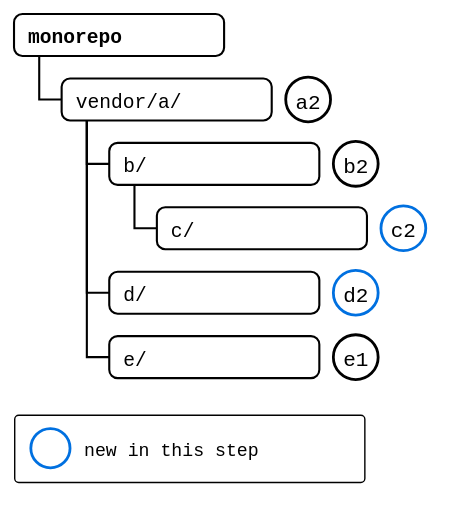
Earlier version of the draw.io export docs/09-scenarios/05-nested-splices/05-recursive-pull/tree-pulled.drawio.svg (roschaefer/git-splice). Source tidied: cells renumbered, new cells last; positions are measured from the earlier drawing's top-left corner, leaving out a move shared by most shapes.
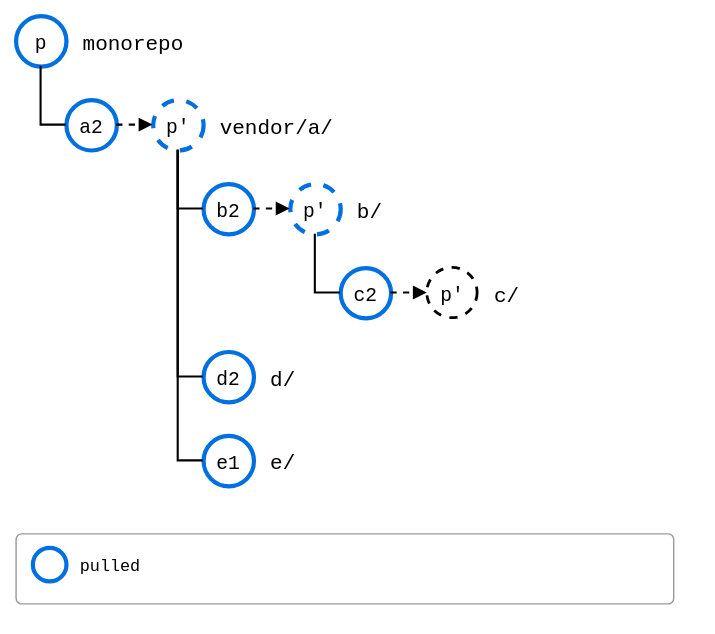
After the change.

What changed in the source:
```diff
@@ -2,62 +2,83 @@
   <root>
     <mxCell id="0" />
     <mxCell id="1" parent="0" />
+    <mxCell id="21" value="p" style="ellipse;strokeWidth=2;fontSize=14;fontFamily=Roboto Mono,monospace;strokeColor=#0070E0;strokeWidth=3;" parent="1" vertex="1">
+      <mxGeometry width="36" height="36" as="geometry" />
+    </mxCell>
-    <mxCell id="2" value="monorepo" style="rounded=1;arcSize=20;strokeWidth=1.5;fontSize=14;align=left;spacingLeft=8;fontFamily=Roboto Mono,monospace;fontStyle=1;" parent="1" vertex="1">
-      <mxGeometry width="150" height="30" as="geometry" />
+    <mxCell id="2" value="monorepo" style="text;align=left;verticalAlign=middle;fontSize=15;fontFamily=Roboto Mono,monospace;tree=1;" parent="1" vertex="1">
+      <mxGeometry x="46" width="192" height="36" as="geometry" />
     </mxCell>
+    <mxCell id="22" value="a2" style="ellipse;strokeWidth=2;fontSize=14;fontFamily=Roboto Mono,monospace;strokeColor=#0070E0;strokeWidth=3;" parent="1" vertex="1">
+      <mxGeometry x="36" y="60" width="36" height="36" as="geometry" />
+    </mxCell>
+    <mxCell id="23" style="endArrow=none;strokeWidth=1.5;edgeStyle=orthogonalEdgeStyle;rounded=0;exitX=0.5;exitY=1;exitDx=0;exitDy=0;entryX=0;entryY=0.5;entryDx=0;entryDy=0;" parent="1" edge="1" source="21" target="22">
+      <mxGeometry relative="1" as="geometry" />
+    </mxCell>
+    <mxCell id="24" value="p'" style="ellipse;strokeWidth=2;fontSize=14;fontFamily=Roboto Mono,monospace;dashed=1;strokeColor=#0070E0;strokeWidth=3;" parent="1" vertex="1">
+      <mxGeometry x="98" y="60" width="36" height="36" as="geometry" />
+    </mxCell>
+    <mxCell id="25" style="endArrow=block;endFill=1;strokeWidth=1.5;dashed=1;" parent="1" edge="1" source="22" target="24">
+      <mxGeometry relative="1" as="geometry" />
+    </mxCell>
-    <mxCell id="3" value="vendor/a/" style="rounded=1;arcSize=20;strokeWidth=1.5;fontSize=14;align=left;spacingLeft=8;fontFamily=Roboto Mono,monospace;" parent="1" vertex="1">
-      <mxGeometry x="34" y="46" width="150" height="30" as="geometry" />
+    <mxCell id="3" value="vendor/a/" style="text;align=left;verticalAlign=middle;fontSize=15;fontFamily=Roboto Mono,monospace;" parent="1" vertex="1">
+      <mxGeometry x="144" y="60" width="201" height="36" as="geometry" />
     </mxCell>
-    <mxCell id="4" style="edgeStyle=orthogonalEdgeStyle;rounded=0;endArrow=none;html=1;strokeWidth=1.5;exitX=0.12;exitY=1;exitDx=0;exitDy=0;entryX=0;entryY=0.5;entryDx=0;entryDy=0;" parent="1" edge="1" source="2" target="3">
-      <mxGeometry relative="1" as="geometry" />
-    </mxCell>
+    <mxCell id="8" value="b2" style="ellipse;strokeWidth=2;fontSize=14;fontFamily=Roboto Mono,monospace;strokeColor=#0070E0;strokeWidth=3;" parent="1" vertex="1">
+      <mxGeometry x="134" y="120" width="36" height="36" as="geometry" />
+    </mxCell>
+    <mxCell id="26" style="endArrow=none;strokeWidth=1.5;edgeStyle=orthogonalEdgeStyle;rounded=0;exitX=0.5;exitY=1;exitDx=0;exitDy=0;entryX=0;entryY=0.5;entryDx=0;entryDy=0;" parent="1" edge="1" source="24" target="8">
+      <mxGeometry relative="1" as="geometry" />
+    </mxCell>
+    <mxCell id="27" value="p'" style="ellipse;strokeWidth=2;fontSize=14;fontFamily=Roboto Mono,monospace;dashed=1;strokeColor=#0070E0;strokeWidth=3;" parent="1" vertex="1">
+      <mxGeometry x="196" y="120" width="36" height="36" as="geometry" />
+    </mxCell>
+    <mxCell id="28" style="endArrow=block;endFill=1;strokeWidth=1.5;dashed=1;" parent="1" edge="1" source="8" target="27">
+      <mxGeometry relative="1" as="geometry" />
+    </mxCell>
+    <mxCell id="6" value="b/" style="text;align=left;verticalAlign=middle;fontSize=15;fontFamily=Roboto Mono,monospace;" parent="1" vertex="1">
+      <mxGeometry x="242" y="120" width="138" height="36" as="geometry" />
+    </mxCell>
+    <mxCell id="11" value="c2" style="ellipse;strokeWidth=2;fontSize=14;fontFamily=Roboto Mono,monospace;strokeColor=#0070E0;strokeWidth=3;" parent="1" vertex="1">
+      <mxGeometry x="232" y="180" width="36" height="36" as="geometry" />
+    </mxCell>
+    <mxCell id="29" style="endArrow=none;strokeWidth=1.5;edgeStyle=orthogonalEdgeStyle;rounded=0;exitX=0.5;exitY=1;exitDx=0;exitDy=0;entryX=0;entryY=0.5;entryDx=0;entryDy=0;" parent="1" edge="1" source="27" target="11">
+      <mxGeometry relative="1" as="geometry" />
+    </mxCell>
+    <mxCell id="30" value="p'" style="ellipse;strokeWidth=2;fontSize=14;fontFamily=Roboto Mono,monospace;dashed=1;" parent="1" vertex="1">
+      <mxGeometry x="294" y="180" width="36" height="36" as="geometry" />
+    </mxCell>
+    <mxCell id="31" style="endArrow=block;endFill=1;strokeWidth=1.5;dashed=1;" parent="1" edge="1" source="11" target="30">
+      <mxGeometry relative="1" as="geometry" />
+    </mxCell>
+    <mxCell id="9" value="c/" style="text;align=left;verticalAlign=middle;fontSize=15;fontFamily=Roboto Mono,monospace;" parent="1" vertex="1">
+      <mxGeometry x="340" y="180" width="138" height="36" as="geometry" />
+    </mxCell>
+    <mxCell id="14" value="d2" style="ellipse;strokeWidth=2;fontSize=14;fontFamily=Roboto Mono,monospace;strokeColor=#0070E0;strokeWidth=3;" parent="1" vertex="1">
+      <mxGeometry x="134" y="240" width="36" height="36" as="geometry" />
+    </mxCell>
-    <mxCell id="5" value="a2" style="ellipse;strokeWidth=2;fontSize=15;fontFamily=Roboto Mono,monospace;" parent="1" vertex="1">
-      <mxGeometry x="194" y="45" width="32" height="32" as="geometry" />
+    <mxCell id="5" style="endArrow=none;strokeWidth=1.5;edgeStyle=orthogonalEdgeStyle;rounded=0;exitX=0.5;exitY=1;exitDx=0;exitDy=0;entryX=0;entryY=0.5;entryDx=0;entryDy=0;" parent="1" edge="1" source="24" target="14">
+      <mxGeometry relative="1" as="geometry" />
     </mxCell>
-    <mxCell id="6" value="b/" style="rounded=1;arcSize=20;strokeWidth=1.5;fontSize=14;align=left;spacingLeft=8;fontFamily=Roboto Mono,monospace;" parent="1" vertex="1">
-      <mxGeometry x="68" y="92" width="150" height="30" as="geometry" />
-    </mxCell>
-    <mxCell id="7" style="edgeStyle=orthogonalEdgeStyle;rounded=0;endArrow=none;html=1;strokeWidth=1.5;exitX=0.12;exitY=1;exitDx=0;exitDy=0;entryX=0;entryY=0.5;entryDx=0;entryDy=0;" parent="1" edge="1" source="3" target="6">
-      <mxGeometry relative="1" as="geometry" />
-    </mxCell>
-    <mxCell id="8" value="b2" style="ellipse;strokeWidth=2;fontSize=15;fontFamily=Roboto Mono,monospace;" parent="1" vertex="1">
-      <mxGeometry x="228" y="91" width="32" height="32" as="geometry" />
-    </mxCell>
-    <mxCell id="9" value="c/" style="rounded=1;arcSize=20;strokeWidth=1.5;fontSize=14;align=left;spacingLeft=8;fontFamily=Roboto Mono,monospace;" parent="1" vertex="1">
-      <mxGeometry x="102" y="138" width="150" height="30" as="geometry" />
-    </mxCell>
-    <mxCell id="10" style="edgeStyle=orthogonalEdgeStyle;rounded=0;endArrow=none;html=1;strokeWidth=1.5;exitX=0.12;exitY=1;exitDx=0;exitDy=0;entryX=0;entryY=0.5;entryDx=0;entryDy=0;" parent="1" edge="1" source="6" target="9">
-      <mxGeometry relative="1" as="geometry" />
-    </mxCell>
-    <mxCell id="11" value="c2" style="ellipse;strokeWidth=2;fontSize=15;fontFamily=Roboto Mono,monospace;strokeColor=#0070E0;" parent="1" vertex="1">
-      <mxGeometry x="262" y="137" width="32" height="32" as="geometry" />
-    </mxCell>
-    <mxCell id="12" value="d/" style="rounded=1;arcSize=20;strokeWidth=1.5;fontSize=14;align=left;spacingLeft=8;fontFamily=Roboto Mono,monospace;" parent="1" vertex="1">
-      <mxGeometry x="68" y="184" width="150" height="30" as="geometry" />
+    <mxCell id="12" value="d/" style="text;align=left;verticalAlign=middle;fontSize=15;fontFamily=Roboto Mono,monospace;" parent="1" vertex="1">
+      <mxGeometry x="180" y="240" width="138" height="36" as="geometry" />
     </mxCell>
-    <mxCell id="13" style="edgeStyle=orthogonalEdgeStyle;rounded=0;endArrow=none;html=1;strokeWidth=1.5;exitX=0.12;exitY=1;exitDx=0;exitDy=0;entryX=0;entryY=0.5;entryDx=0;entryDy=0;" parent="1" edge="1" source="3" target="12">
-      <mxGeometry relative="1" as="geometry" />
-    </mxCell>
-    <mxCell id="14" value="d2" style="ellipse;strokeWidth=2;fontSize=15;fontFamily=Roboto Mono,monospace;strokeColor=#0070E0;" parent="1" vertex="1">
-      <mxGeometry x="228" y="183" width="32" height="32" as="geometry" />
-    </mxCell>
+    <mxCell id="17" value="e1" style="ellipse;strokeWidth=2;fontSize=14;fontFamily=Roboto Mono,monospace;strokeColor=#0070E0;strokeWidth=3;" parent="1" vertex="1">
+      <mxGeometry x="134" y="300" width="36" height="36" as="geometry" />
+    </mxCell>
+    <mxCell id="32" style="endArrow=none;strokeWidth=1.5;edgeStyle=orthogonalEdgeStyle;rounded=0;exitX=0.5;exitY=1;exitDx=0;exitDy=0;entryX=0;entryY=0.5;entryDx=0;entryDy=0;" parent="1" edge="1" source="24" target="17">
+      <mxGeometry relative="1" as="geometry" />
+    </mxCell>
-    <mxCell id="15" value="e/" style="rounded=1;arcSize=20;strokeWidth=1.5;fontSize=14;align=left;spacingLeft=8;fontFamily=Roboto Mono,monospace;" parent="1" vertex="1">
-      <mxGeometry x="68" y="230" width="150" height="30" as="geometry" />
+    <mxCell id="15" value="e/" style="text;align=left;verticalAlign=middle;fontSize=15;fontFamily=Roboto Mono,monospace;" parent="1" vertex="1">
+      <mxGeometry x="180" y="300" width="138" height="36" as="geometry" />
     </mxCell>
-    <mxCell id="16" style="edgeStyle=orthogonalEdgeStyle;rounded=0;endArrow=none;html=1;strokeWidth=1.5;exitX=0.12;exitY=1;exitDx=0;exitDy=0;entryX=0;entryY=0.5;entryDx=0;entryDy=0;" parent="1" edge="1" source="3" target="15">
-      <mxGeometry relative="1" as="geometry" />
-    </mxCell>
-    <mxCell id="17" value="e1" style="ellipse;strokeWidth=2;fontSize=15;fontFamily=Roboto Mono,monospace;" parent="1" vertex="1">
-      <mxGeometry x="228" y="229" width="32" height="32" as="geometry" />
-    </mxCell>
-    <mxCell id="18" style="rounded=1;arcSize=6;fillColor=none;strokeWidth=1;dashed=0;" parent="1" vertex="1">
-      <mxGeometry y="286" width="250" height="48" as="geometry" />
-    </mxCell>
-    <mxCell id="19" style="ellipse;strokeWidth=2;strokeColor=#0070E0;" parent="1" vertex="1">
-      <mxGeometry x="12" y="296" width="28" height="28" as="geometry" />
-    </mxCell>
-    <mxCell id="20" value="new in this step" style="text;fontSize=13;align=left;verticalAlign=middle;fontFamily=Roboto Mono,monospace;" parent="1" vertex="1">
-      <mxGeometry x="48" y="296" width="180" height="28" as="geometry" />
-    </mxCell>
+    <mxCell id="33" style="rounded=1;arcSize=8;fillColor=none;strokeColor=#999999;strokeWidth=1;legend=1;" parent="1" vertex="1">
+      <mxGeometry y="370" width="470" height="50" as="geometry" />
+    </mxCell>
+    <mxCell id="34" style="ellipse;strokeWidth=2;strokeColor=#0070E0;strokeWidth=3;" parent="33" vertex="1">
+      <mxGeometry x="12" y="10" width="24" height="24" as="geometry" />
+    </mxCell>
+    <mxCell id="35" value="pulled" style="text;align=left;verticalAlign=middle;fontSize=12;fontFamily=Roboto Mono,monospace;" parent="33" vertex="1">
+      <mxGeometry x="44" y="8" width="190" height="28" as="geometry" />
+    </mxCell>
   </root>
 </mxGraphModel>
```
